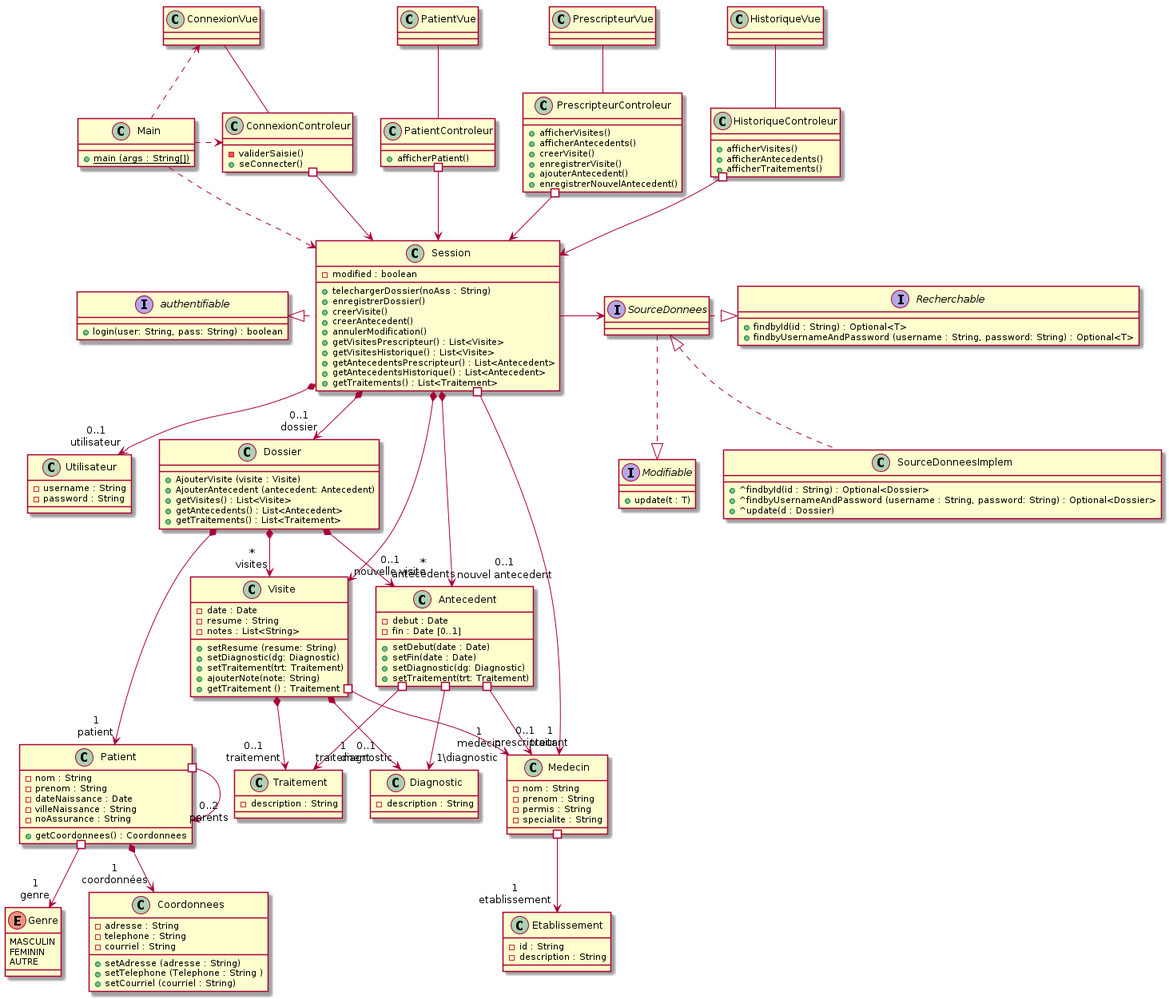
The PlantUML diagram models/Diagramme_Classes/medecin/class_diagram_medecin_mvc.png in fethiuqam/INF5153-Projet-Session, before a commit.
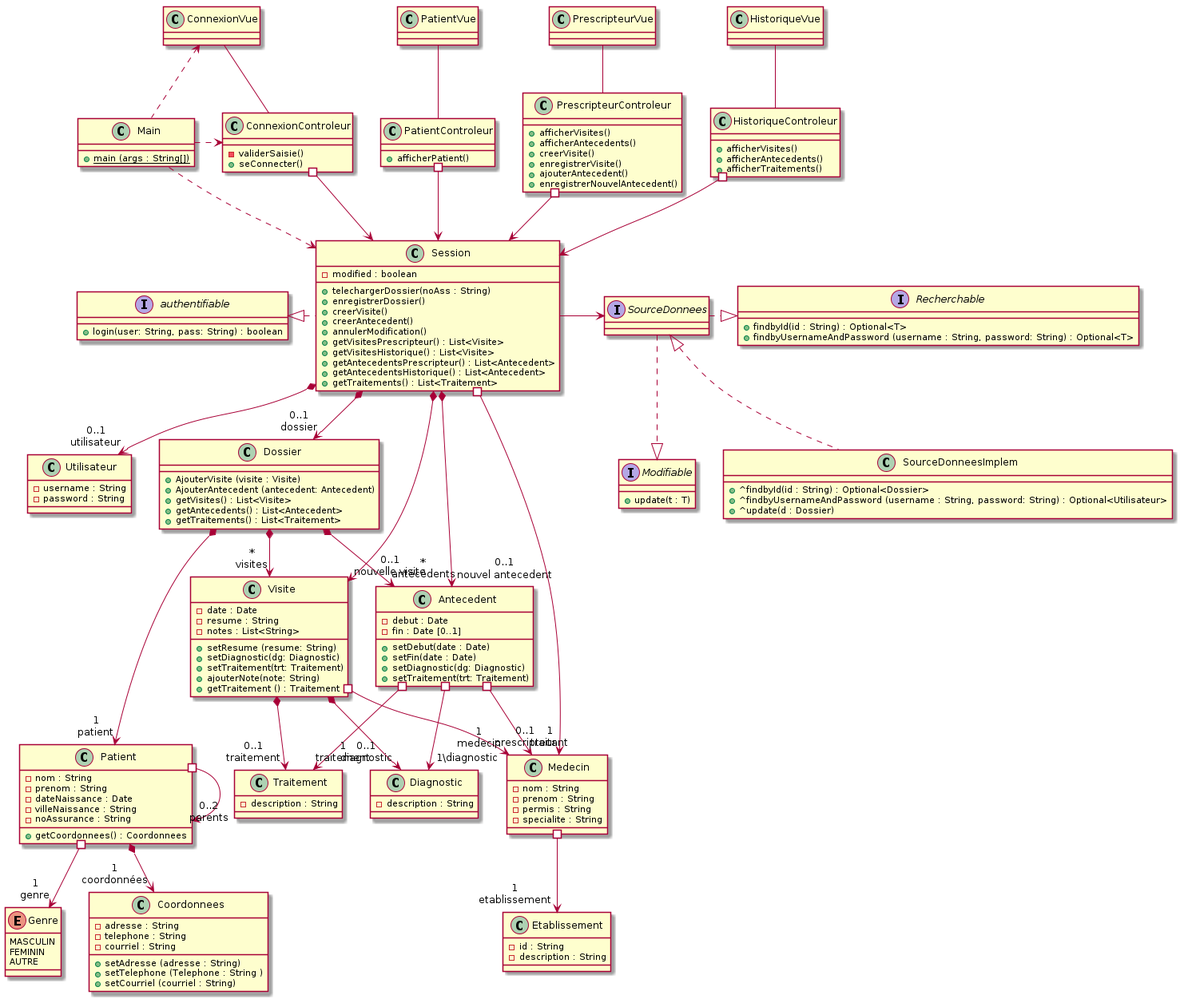
Later version of the same file.

Commit message:
ajout des justifications de la class sourceDonnees

Change to the diagram source:
```diff
@@ -92,7 +92,7 @@
 
 class SourceDonneesImplem {
     + ^findbyId(id : String) : Optional<Dossier>
-    + ^findbyUsernameAndPassword (username : String, password: String) : Optional<Dossier>
+    + ^findbyUsernameAndPassword (username : String, password: String) : Optional<Utilisateur>
     + ^update(d : Dossier)
 }
 
```
